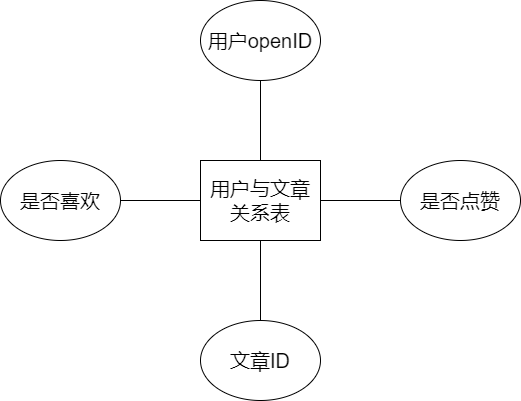
Above: database-er/table.user-article-likes.drawio.png in Jater0/Graduation (draw.io), before the change. Source tidied: cells renumbered, new cells last; positions are measured from the earlier drawing's top-left corner, leaving out a move shared by most shapes. The source it was exported from:
```xml
<mxGraphModel>
  <root>
    <mxCell id="0" />
    <mxCell id="1" parent="0" />
    <mxCell id="2" value="用户与文章关系表" style="rounded=0;whiteSpace=wrap;html=1;fontSize=20;" parent="1" vertex="1">
      <mxGeometry x="200" y="160" width="120" height="80" as="geometry" />
    </mxCell>
    <mxCell id="3" value="用户openID" style="ellipse;whiteSpace=wrap;html=1;fontSize=20;" parent="1" vertex="1">
      <mxGeometry x="200" width="120" height="80" as="geometry" />
    </mxCell>
    <mxCell id="4" value="是否喜欢" style="ellipse;whiteSpace=wrap;html=1;fontSize=20;" parent="1" vertex="1">
      <mxGeometry y="160" width="120" height="80" as="geometry" />
    </mxCell>
    <mxCell id="5" value="是否点赞" style="ellipse;whiteSpace=wrap;html=1;fontSize=20;" parent="1" vertex="1">
      <mxGeometry x="400" y="160" width="120" height="80" as="geometry" />
    </mxCell>
    <mxCell id="6" value="文章ID" style="ellipse;whiteSpace=wrap;html=1;fontSize=20;" parent="1" vertex="1">
      <mxGeometry x="200" y="320" width="120" height="80" as="geometry" />
    </mxCell>
    <mxCell id="7" style="endArrow=none;html=1;fontSize=20;entryX=0;entryY=0.5;entryDx=0;entryDy=0;exitX=1;exitY=0.5;exitDx=0;exitDy=0;" parent="1" edge="1" source="2" target="5">
      <mxGeometry relative="1" as="geometry" />
    </mxCell>
    <mxCell id="8" style="endArrow=none;html=1;fontSize=20;entryX=1;entryY=0.5;entryDx=0;entryDy=0;exitX=0;exitY=0.5;exitDx=0;exitDy=0;" parent="1" edge="1" source="2" target="4">
      <mxGeometry relative="1" as="geometry" />
    </mxCell>
    <mxCell id="9" style="endArrow=none;html=1;fontSize=20;entryX=0.5;entryY=1;entryDx=0;entryDy=0;exitX=0.5;exitY=0;exitDx=0;exitDy=0;" parent="1" edge="1" source="6" target="2">
      <mxGeometry relative="1" as="geometry" />
    </mxCell>
    <mxCell id="10" style="endArrow=none;html=1;fontSize=20;entryX=0.5;entryY=1;entryDx=0;entryDy=0;exitX=0.5;exitY=0;exitDx=0;exitDy=0;" parent="1" edge="1" source="2" target="3">
      <mxGeometry relative="1" as="geometry" />
    </mxCell>
  </root>
</mxGraphModel>
```
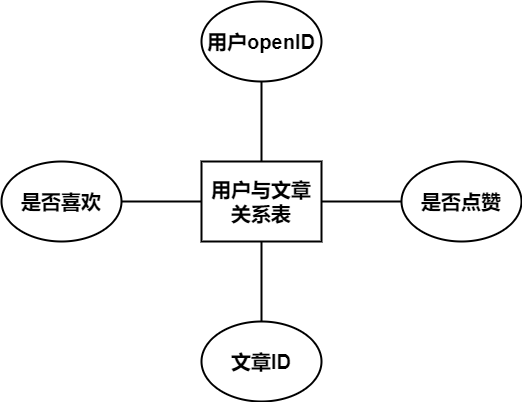
The same file after the commit.

Change to the diagram source:
```diff
@@ -2,31 +2,31 @@
   <root>
     <mxCell id="0" />
     <mxCell id="1" parent="0" />
-    <mxCell id="2" value="用户与文章关系表" style="rounded=0;whiteSpace=wrap;html=1;fontSize=20;" parent="1" vertex="1">
+    <mxCell id="2" value="用户与文章关系表" style="rounded=0;whiteSpace=wrap;html=1;fontSize=20;fontStyle=1;strokeWidth=2;" parent="1" vertex="1">
       <mxGeometry x="200" y="160" width="120" height="80" as="geometry" />
     </mxCell>
-    <mxCell id="3" value="用户openID" style="ellipse;whiteSpace=wrap;html=1;fontSize=20;" parent="1" vertex="1">
+    <mxCell id="3" value="用户openID" style="ellipse;whiteSpace=wrap;html=1;fontSize=20;fontStyle=1;strokeWidth=2;" parent="1" vertex="1">
       <mxGeometry x="200" width="120" height="80" as="geometry" />
     </mxCell>
-    <mxCell id="4" value="是否喜欢" style="ellipse;whiteSpace=wrap;html=1;fontSize=20;" parent="1" vertex="1">
+    <mxCell id="4" value="是否喜欢" style="ellipse;whiteSpace=wrap;html=1;fontSize=20;fontStyle=1;strokeWidth=2;" parent="1" vertex="1">
       <mxGeometry y="160" width="120" height="80" as="geometry" />
     </mxCell>
-    <mxCell id="5" value="是否点赞" style="ellipse;whiteSpace=wrap;html=1;fontSize=20;" parent="1" vertex="1">
+    <mxCell id="5" value="是否点赞" style="ellipse;whiteSpace=wrap;html=1;fontSize=20;fontStyle=1;strokeWidth=2;" parent="1" vertex="1">
       <mxGeometry x="400" y="160" width="120" height="80" as="geometry" />
     </mxCell>
-    <mxCell id="6" value="文章ID" style="ellipse;whiteSpace=wrap;html=1;fontSize=20;" parent="1" vertex="1">
+    <mxCell id="6" value="文章ID" style="ellipse;whiteSpace=wrap;html=1;fontSize=20;fontStyle=1;strokeWidth=2;" parent="1" vertex="1">
       <mxGeometry x="200" y="320" width="120" height="80" as="geometry" />
     </mxCell>
-    <mxCell id="7" style="endArrow=none;html=1;fontSize=20;entryX=0;entryY=0.5;entryDx=0;entryDy=0;exitX=1;exitY=0.5;exitDx=0;exitDy=0;" parent="1" edge="1" source="2" target="5">
+    <mxCell id="7" style="endArrow=none;html=1;fontSize=20;entryX=0;entryY=0.5;entryDx=0;entryDy=0;exitX=1;exitY=0.5;exitDx=0;exitDy=0;fontStyle=1;strokeWidth=2;" parent="1" edge="1" source="2" target="5">
       <mxGeometry relative="1" as="geometry" />
     </mxCell>
-    <mxCell id="8" style="endArrow=none;html=1;fontSize=20;entryX=1;entryY=0.5;entryDx=0;entryDy=0;exitX=0;exitY=0.5;exitDx=0;exitDy=0;" parent="1" edge="1" source="2" target="4">
+    <mxCell id="8" style="endArrow=none;html=1;fontSize=20;entryX=1;entryY=0.5;entryDx=0;entryDy=0;exitX=0;exitY=0.5;exitDx=0;exitDy=0;fontStyle=1;strokeWidth=2;" parent="1" edge="1" source="2" target="4">
       <mxGeometry relative="1" as="geometry" />
     </mxCell>
-    <mxCell id="9" style="endArrow=none;html=1;fontSize=20;entryX=0.5;entryY=1;entryDx=0;entryDy=0;exitX=0.5;exitY=0;exitDx=0;exitDy=0;" parent="1" edge="1" source="6" target="2">
+    <mxCell id="9" style="endArrow=none;html=1;fontSize=20;entryX=0.5;entryY=1;entryDx=0;entryDy=0;exitX=0.5;exitY=0;exitDx=0;exitDy=0;fontStyle=1;strokeWidth=2;" parent="1" edge="1" source="6" target="2">
       <mxGeometry relative="1" as="geometry" />
     </mxCell>
-    <mxCell id="10" style="endArrow=none;html=1;fontSize=20;entryX=0.5;entryY=1;entryDx=0;entryDy=0;exitX=0.5;exitY=0;exitDx=0;exitDy=0;" parent="1" edge="1" source="2" target="3">
+    <mxCell id="10" style="endArrow=none;html=1;fontSize=20;entryX=0.5;entryY=1;entryDx=0;entryDy=0;exitX=0.5;exitY=0;exitDx=0;exitDy=0;fontStyle=1;strokeWidth=2;" parent="1" edge="1" source="2" target="3">
       <mxGeometry relative="1" as="geometry" />
     </mxCell>
   </root>
```
